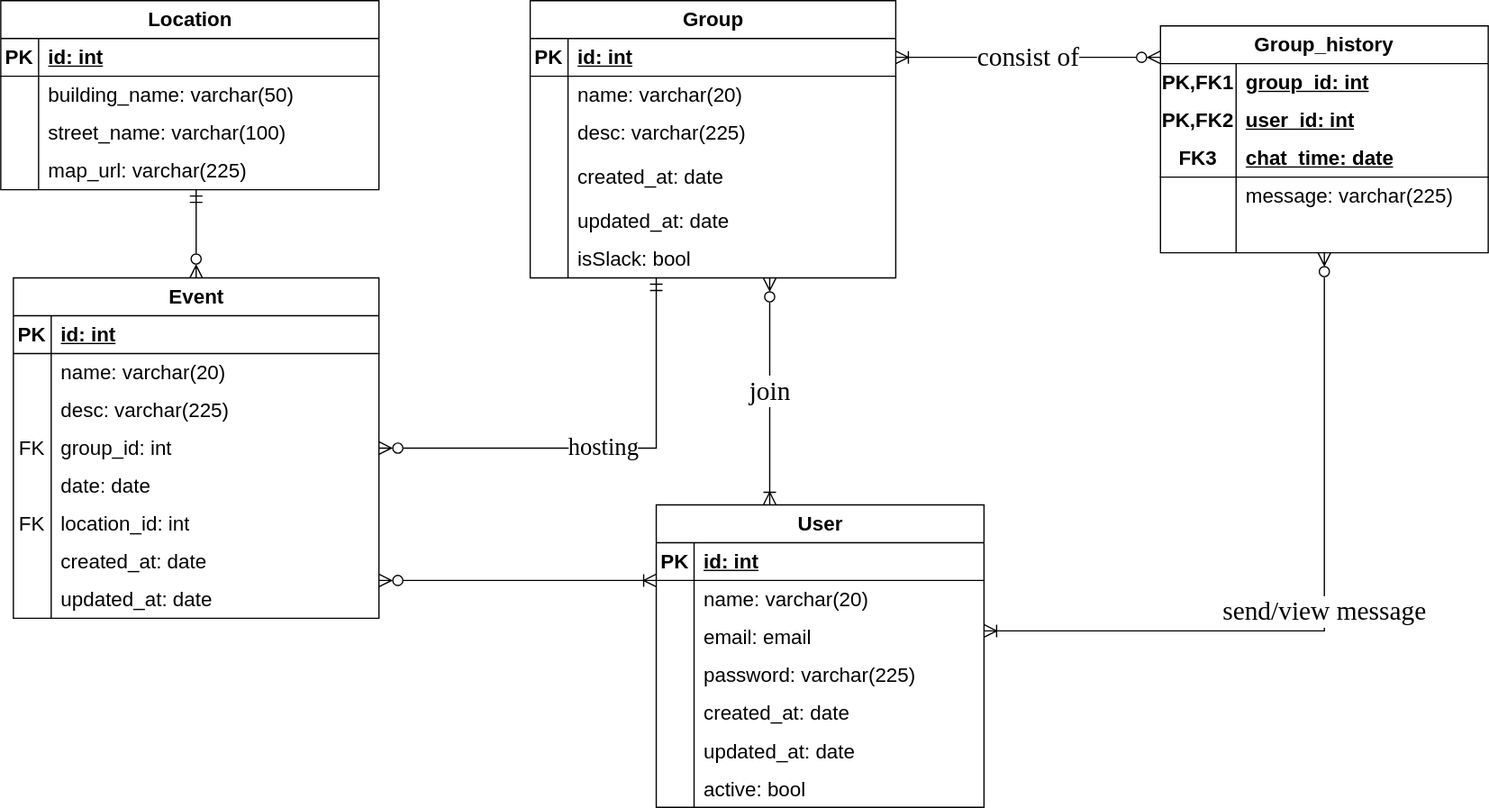
The draw.io diagram Tampa Bay Designer.drawio.svg in Aisha1098/intern, before a commit. Source tidied: cells renumbered, new cells last; positions are measured from the earlier drawing's top-left corner, leaving out a move shared by most shapes.
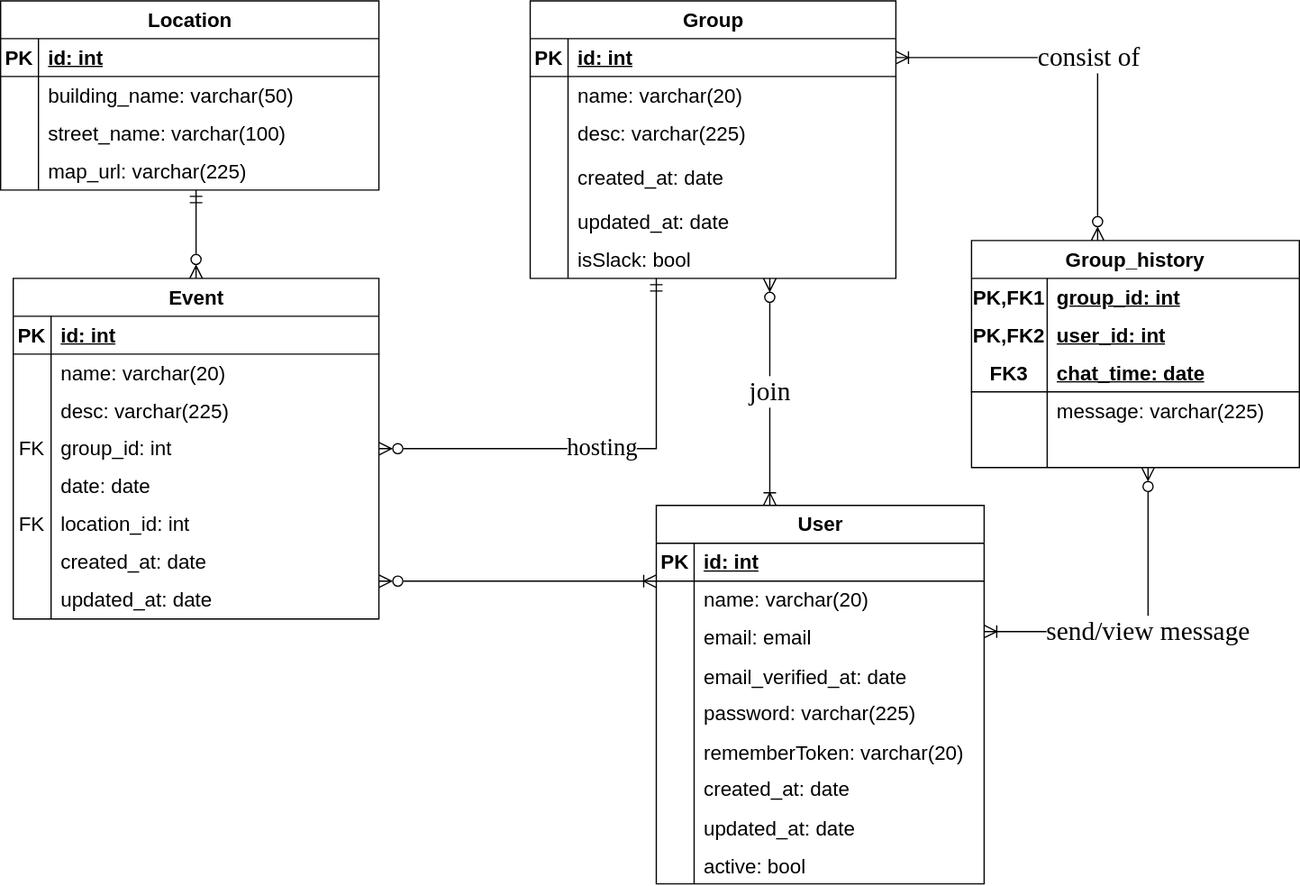
After the commit.

Change to the diagram source:
```diff
@@ -189,7 +189,7 @@
       </mxGeometry>
     </mxCell>
     <mxCell id="61" value="User" style="shape=table;startSize=30;rowLines=0;fontStyle=1;align=center;html=1;fontSize=16;" parent="1" vertex="1">
-      <mxGeometry x="520" y="400" width="260" height="240" as="geometry" />
+      <mxGeometry x="520" y="400" width="260" height="300" as="geometry" />
     </mxCell>
     <mxCell id="62" style="shape=tableRow;horizontal=0;startSize=0;swimlaneHead=0;swimlaneBody=0;fillColor=none;top=0;left=0;right=0;bottom=1;fontSize=16;" parent="61" vertex="1">
       <mxGeometry y="30" width="260" height="30" as="geometry" />
@@ -218,8 +218,17 @@
     <mxCell id="70" value="email: email" style="shape=partialRectangle;fillColor=none;top=0;left=0;bottom=0;right=0;align=left;spacingLeft=6;overflow=hidden;whiteSpace=wrap;html=1;fontSize=16;" parent="68" vertex="1">
       <mxGeometry x="30" width="230" height="30" as="geometry" />
     </mxCell>
+    <mxCell id="103" style="shape=tableRow;horizontal=0;startSize=0;swimlaneHead=0;swimlaneBody=0;fillColor=none;top=0;left=0;right=0;bottom=0;fontSize=16;" parent="61" vertex="1">
+      <mxGeometry y="120" width="260" height="30" as="geometry" />
+    </mxCell>
+    <mxCell id="104" style="shape=partialRectangle;fillColor=none;top=0;left=0;bottom=0;right=0;overflow=hidden;fontSize=16;" parent="103" vertex="1">
+      <mxGeometry width="30" height="30" as="geometry" />
+    </mxCell>
+    <mxCell id="105" value="email_verified_at: date" style="shape=partialRectangle;fillColor=none;top=0;left=0;bottom=0;right=0;align=left;spacingLeft=6;overflow=hidden;fontSize=16;" parent="103" vertex="1">
+      <mxGeometry x="30" width="230" height="30" as="geometry" />
+    </mxCell>
     <mxCell id="71" style="shape=tableRow;horizontal=0;startSize=0;swimlaneHead=0;swimlaneBody=0;fillColor=none;top=0;left=0;right=0;bottom=0;fontSize=16;" parent="61" vertex="1">
-      <mxGeometry y="120" width="260" height="30" as="geometry" />
+      <mxGeometry y="150" width="260" height="30" as="geometry" />
     </mxCell>
     <mxCell id="72" style="shape=partialRectangle;fillColor=none;top=0;left=0;bottom=0;right=0;overflow=hidden;whiteSpace=wrap;html=1;fontSize=16;" parent="71" vertex="1">
       <mxGeometry width="30" height="30" as="geometry" />
@@ -227,8 +236,17 @@
     <mxCell id="73" value="password: varchar(225)" style="shape=partialRectangle;fillColor=none;top=0;left=0;bottom=0;right=0;align=left;spacingLeft=6;overflow=hidden;whiteSpace=wrap;html=1;fontSize=16;" parent="71" vertex="1">
       <mxGeometry x="30" width="230" height="30" as="geometry" />
     </mxCell>
+    <mxCell id="106" style="shape=tableRow;horizontal=0;startSize=0;swimlaneHead=0;swimlaneBody=0;fillColor=none;top=0;left=0;right=0;bottom=0;fontSize=16;" parent="61" vertex="1">
+      <mxGeometry y="180" width="260" height="30" as="geometry" />
+    </mxCell>
+    <mxCell id="107" style="shape=partialRectangle;fillColor=none;top=0;left=0;bottom=0;right=0;overflow=hidden;fontSize=16;" parent="106" vertex="1">
+      <mxGeometry width="30" height="30" as="geometry" />
+    </mxCell>
+    <mxCell id="108" value="rememberToken: varchar(20)" style="shape=partialRectangle;fillColor=none;top=0;left=0;bottom=0;right=0;align=left;spacingLeft=6;overflow=hidden;fontSize=16;" parent="106" vertex="1">
+      <mxGeometry x="30" width="230" height="30" as="geometry" />
+    </mxCell>
     <mxCell id="74" style="shape=tableRow;horizontal=0;startSize=0;swimlaneHead=0;swimlaneBody=0;fillColor=none;top=0;left=0;right=0;bottom=0;fontSize=16;" parent="61" vertex="1">
-      <mxGeometry y="150" width="260" height="30" as="geometry" />
+      <mxGeometry y="210" width="260" height="30" as="geometry" />
     </mxCell>
     <mxCell id="75" style="shape=partialRectangle;fillColor=none;top=0;left=0;bottom=0;right=0;fontStyle=0;overflow=hidden;whiteSpace=wrap;html=1;fontSize=16;" parent="74" vertex="1">
       <mxGeometry width="30" height="30" as="geometry" />
@@ -237,7 +255,7 @@
       <mxGeometry x="30" width="230" height="30" as="geometry" />
     </mxCell>
     <mxCell id="77" style="shape=tableRow;horizontal=0;startSize=0;swimlaneHead=0;swimlaneBody=0;fillColor=none;top=0;left=0;right=0;bottom=0;fontSize=16;" parent="61" vertex="1">
-      <mxGeometry y="180" width="260" height="30" as="geometry" />
+      <mxGeometry y="240" width="260" height="30" as="geometry" />
     </mxCell>
     <mxCell id="78" style="shape=partialRectangle;fillColor=none;top=0;left=0;bottom=0;right=0;overflow=hidden;fontSize=16;" parent="77" vertex="1">
       <mxGeometry width="30" height="30" as="geometry" />
@@ -246,7 +264,7 @@
       <mxGeometry x="30" width="230" height="30" as="geometry" />
     </mxCell>
     <mxCell id="80" style="shape=tableRow;horizontal=0;startSize=0;swimlaneHead=0;swimlaneBody=0;fillColor=none;top=0;left=0;right=0;bottom=0;fontSize=16;" parent="61" vertex="1">
-      <mxGeometry y="210" width="260" height="30" as="geometry" />
+      <mxGeometry y="270" width="260" height="30" as="geometry" />
     </mxCell>
     <mxCell id="81" style="shape=partialRectangle;fillColor=none;top=0;left=0;bottom=0;right=0;overflow=hidden;fontSize=16;" parent="80" vertex="1">
       <mxGeometry width="30" height="30" as="geometry" />
@@ -255,7 +273,7 @@
       <mxGeometry x="30" width="230" height="30" as="geometry" />
     </mxCell>
     <mxCell id="83" value="Group_history" style="shape=table;startSize=30;rowLines=0;fontStyle=1;align=center;html=1;whiteSpace=wrap;fontSize=16;" parent="1" vertex="1">
-      <mxGeometry x="920" y="20" width="260" height="180" as="geometry" />
+      <mxGeometry x="770" y="190" width="260" height="180" as="geometry" />
     </mxCell>
     <mxCell id="84" style="shape=tableRow;horizontal=0;startSize=0;swimlaneHead=0;swimlaneBody=0;fillColor=none;top=0;left=0;right=0;bottom=0;html=1;fontSize=16;" parent="83" vertex="1">
       <mxGeometry y="30" width="260" height="30" as="geometry" />
@@ -321,15 +339,14 @@
     <mxCell id="101" value="consist of" style="endArrow=ERzeroToMany;html=1;rounded=0;fontSize=21;startSize=8;endSize=8;edgeStyle=orthogonalEdgeStyle;endFill=0;startArrow=ERoneToMany;startFill=0;fontFamily=Permanent Marker;fontSource=https%3A%2F%2Ffonts.googleapis.com%2Fcss%3Ffamily%3DPermanent%2BMarker;" parent="1" edge="1" source="29" target="83">
       <mxGeometry relative="1" as="geometry">
         <Array as="points">
-          <mxPoint x="1000" y="45" />
+          <mxPoint x="870" y="45" />
         </Array>
       </mxGeometry>
     </mxCell>
     <mxCell id="102" value="send/view message" style="endArrow=ERzeroToMany;html=1;rounded=0;fontSize=21;startSize=8;endSize=8;edgeStyle=orthogonalEdgeStyle;endFill=0;startArrow=ERoneToMany;startFill=0;fontFamily=Permanent Marker;fontSource=https%3A%2F%2Ffonts.googleapis.com%2Fcss%3Ffamily%3DPermanent%2BMarker;" parent="1" edge="1" source="61" target="83">
       <mxGeometry relative="1" as="geometry">
         <Array as="points">
-          <mxPoint x="720" y="500" />
-          <mxPoint x="720" y="500" />
+          <mxPoint x="910" y="500" />
         </Array>
       </mxGeometry>
     </mxCell>
```
